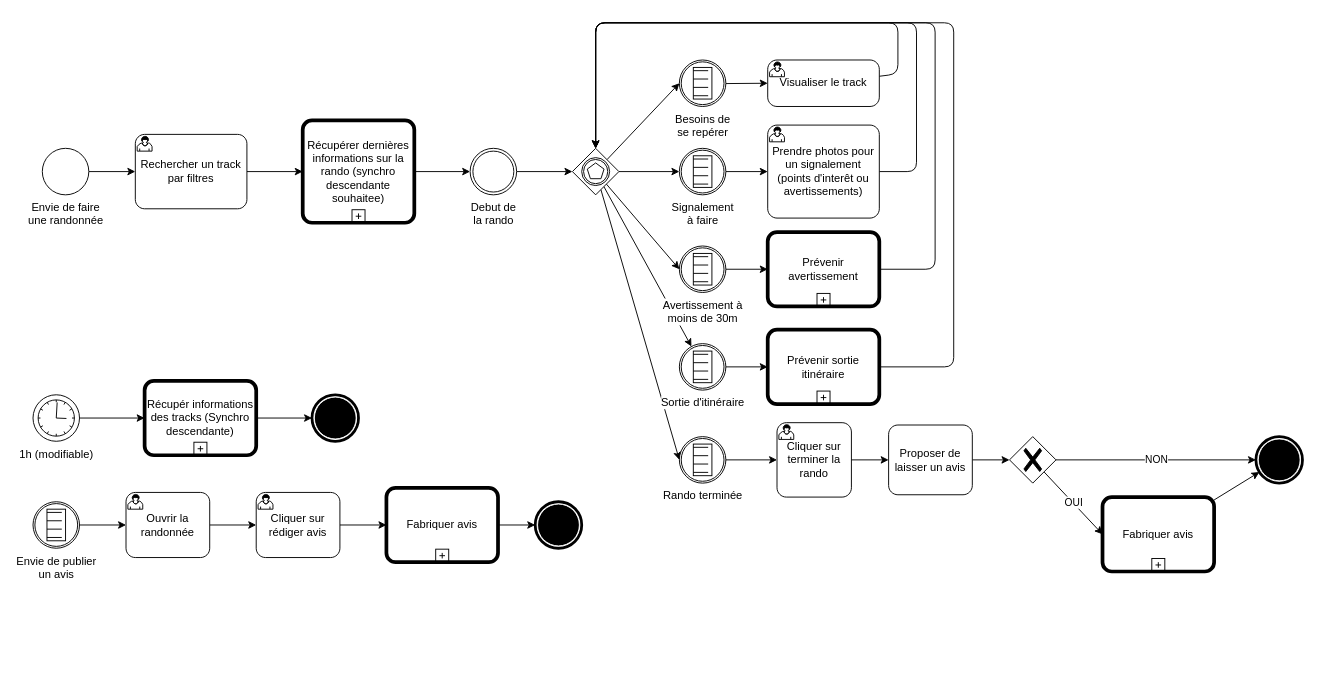
This is Documentation/BPMN/BPMN-Global.drawio from projetDansLaMontagne/Valpineta, a draw.io file, before an edit. Source tidied: cells renumbered, new cells numbered last; positions are measured from the earlier drawing's top-left corner, leaving out a move shared by most shapes. Both pictures are drawn from the tidied source at 93%, with x=0, y=0 at pixel (33, 22).
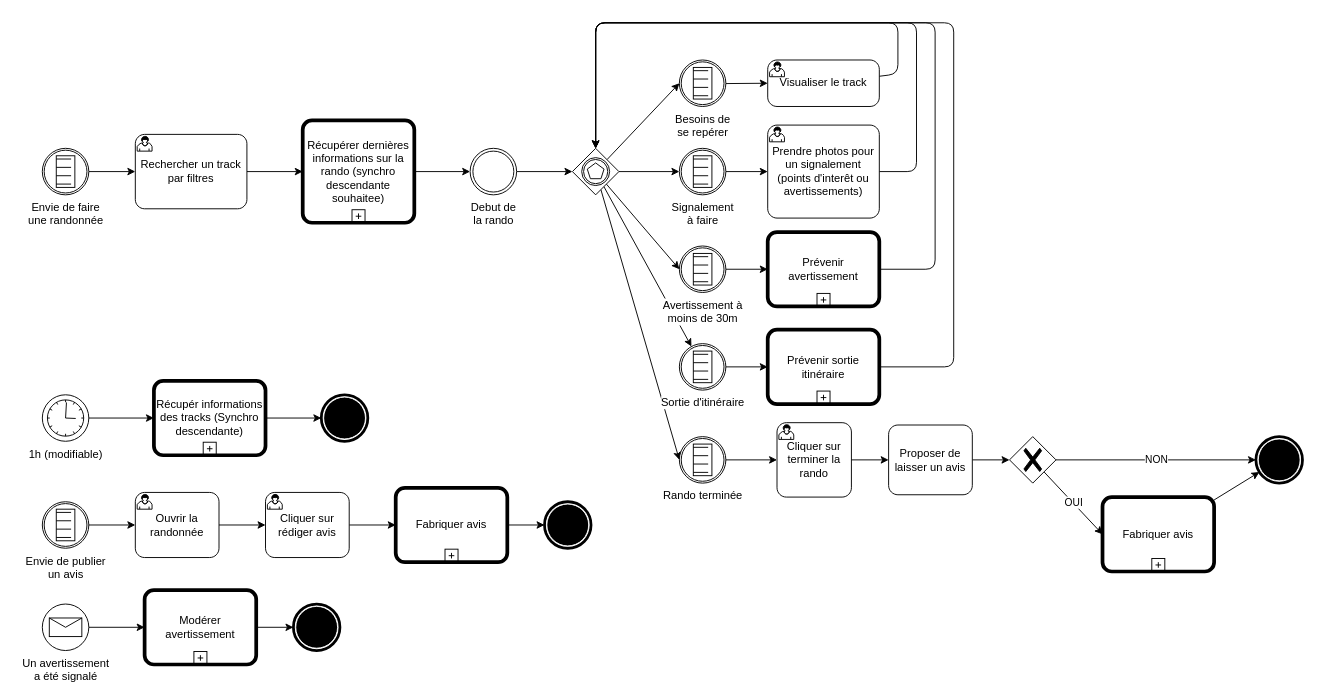
After the change.

Commit message (it also covers changes not shown here):
Ajout de la modération dans le fichier global

The change refers to these unchanged cells:
```xml
<mxCell id="5" value="Rechercher un track par filtres" style="points=[[0.25,0,0],[0.5,0,0],[0.75,0,0],[1,0.25,0],[1,0.5,0],[1,0.75,0],[0.75,1,0],[0.5,1,0],[0.25,1,0],[0,0.75,0],[0,0.5,0],[0,0.25,0]];shape=mxgraph.bpmn.task;whiteSpace=wrap;rectStyle=rounded;size=10;html=1;taskMarker=user;" parent="1" vertex="1">
  <mxGeometry x="110" y="120" width="120" height="80" as="geometry" />
</mxCell>
```

The edit, as a diff of the source:
```diff
@@
-    <mxCell id="2" style="edgeStyle=none;html=1;" parent="1" edge="1" source="3" target="5">
-      <mxGeometry relative="1" as="geometry" />
-    </mxCell>
-    <mxCell id="3" value="Envie de faire&lt;br&gt;une randonnée" style="points=[[0.145,0.145,0],[0.5,0,0],[0.855,0.145,0],[1,0.5,0],[0.855,0.855,0],[0.5,1,0],[0.145,0.855,0],[0,0.5,0]];shape=mxgraph.bpmn.event;html=1;verticalLabelPosition=bottom;labelBackgroundColor=#ffffff;verticalAlign=top;align=center;perimeter=ellipsePerimeter;outlineConnect=0;outline=standard;symbol=general;" parent="1" vertex="1">
-      <mxGeometry x="10" y="135" width="50" height="50" as="geometry" />
-    </mxCell>
@@
     <mxCell id="21" value="1h (modifiable)" style="points=[[0.145,0.145,0],[0.5,0,0],[0.855,0.145,0],[1,0.5,0],[0.855,0.855,0],[0.5,1,0],[0.145,0.855,0],[0,0.5,0]];shape=mxgraph.bpmn.event;html=1;verticalLabelPosition=bottom;labelBackgroundColor=#ffffff;verticalAlign=top;align=center;perimeter=ellipsePerimeter;outlineConnect=0;outline=standard;symbol=timer;" parent="1" vertex="1">
-      <mxGeometry y="400" width="50" height="50" as="geometry" />
+      <mxGeometry x="10" y="400" width="50" height="50" as="geometry" />
     </mxCell>
@@
     <mxCell id="23" value="Récupér informations des tracks (Synchro descendante)" style="points=[[0.25,0,0],[0.5,0,0],[0.75,0,0],[1,0.25,0],[1,0.5,0],[1,0.75,0],[0.75,1,0],[0.5,1,0],[0.25,1,0],[0,0.75,0],[0,0.5,0],[0,0.25,0]];shape=mxgraph.bpmn.task;whiteSpace=wrap;rectStyle=rounded;size=10;html=1;bpmnShapeType=call;isLoopSub=1;" parent="1" vertex="1">
-      <mxGeometry x="120" y="385" width="120" height="80" as="geometry" />
+      <mxGeometry x="130" y="385" width="120" height="80" as="geometry" />
     </mxCell>
     <mxCell id="24" style="points=[[0.145,0.145,0],[0.5,0,0],[0.855,0.145,0],[1,0.5,0],[0.855,0.855,0],[0.5,1,0],[0.145,0.855,0],[0,0.5,0]];shape=mxgraph.bpmn.event;html=1;verticalLabelPosition=bottom;labelBackgroundColor=#ffffff;verticalAlign=top;align=center;perimeter=ellipsePerimeter;outlineConnect=0;outline=end;symbol=terminate;" parent="1" vertex="1">
-      <mxGeometry x="300" y="400" width="50" height="50" as="geometry" />
+      <mxGeometry x="310" y="400" width="50" height="50" as="geometry" />
     </mxCell>
@@
     <mxCell id="50" value="Cliquer sur rédiger avis" style="points=[[0.25,0,0],[0.5,0,0],[0.75,0,0],[1,0.25,0],[1,0.5,0],[1,0.75,0],[0.75,1,0],[0.5,1,0],[0.25,1,0],[0,0.75,0],[0,0.5,0],[0,0.25,0]];shape=mxgraph.bpmn.task;whiteSpace=wrap;rectStyle=rounded;size=10;html=1;taskMarker=user;" parent="1" vertex="1">
-      <mxGeometry x="240" y="505" width="90" height="70" as="geometry" />
+      <mxGeometry x="250" y="505" width="90" height="70" as="geometry" />
     </mxCell>
@@
     <mxCell id="52" value="Ouvrir la randonnée" style="points=[[0.25,0,0],[0.5,0,0],[0.75,0,0],[1,0.25,0],[1,0.5,0],[1,0.75,0],[0.75,1,0],[0.5,1,0],[0.25,1,0],[0,0.75,0],[0,0.5,0],[0,0.25,0]];shape=mxgraph.bpmn.task;whiteSpace=wrap;rectStyle=rounded;size=10;html=1;taskMarker=user;" parent="1" vertex="1">
-      <mxGeometry x="100" y="505" width="90" height="70" as="geometry" />
+      <mxGeometry x="110" y="505" width="90" height="70" as="geometry" />
     </mxCell>
@@
     <mxCell id="54" value="Envie de publier&lt;br style=&quot;border-color: var(--border-color);&quot;&gt;un avis" style="points=[[0.145,0.145,0],[0.5,0,0],[0.855,0.145,0],[1,0.5,0],[0.855,0.855,0],[0.5,1,0],[0.145,0.855,0],[0,0.5,0]];shape=mxgraph.bpmn.event;html=1;verticalLabelPosition=bottom;labelBackgroundColor=#ffffff;verticalAlign=top;align=center;perimeter=ellipsePerimeter;outlineConnect=0;outline=catching;symbol=conditional;" parent="1" vertex="1">
-      <mxGeometry y="515" width="50" height="50" as="geometry" />
+      <mxGeometry x="10" y="515" width="50" height="50" as="geometry" />
     </mxCell>
@@
     <mxCell id="56" value="Fabriquer avis" style="points=[[0.25,0,0],[0.5,0,0],[0.75,0,0],[1,0.25,0],[1,0.5,0],[1,0.75,0],[0.75,1,0],[0.5,1,0],[0.25,1,0],[0,0.75,0],[0,0.5,0],[0,0.25,0]];shape=mxgraph.bpmn.task;whiteSpace=wrap;rectStyle=rounded;size=10;html=1;bpmnShapeType=call;isLoopSub=1;" parent="1" vertex="1">
-      <mxGeometry x="380" y="500" width="120" height="80" as="geometry" />
+      <mxGeometry x="390" y="500" width="120" height="80" as="geometry" />
     </mxCell>
     <mxCell id="57" style="points=[[0.145,0.145,0],[0.5,0,0],[0.855,0.145,0],[1,0.5,0],[0.855,0.855,0],[0.5,1,0],[0.145,0.855,0],[0,0.5,0]];shape=mxgraph.bpmn.event;html=1;verticalLabelPosition=bottom;labelBackgroundColor=#ffffff;verticalAlign=top;align=center;perimeter=ellipsePerimeter;outlineConnect=0;outline=end;symbol=terminate;" parent="1" vertex="1">
-      <mxGeometry x="540" y="515" width="50" height="50" as="geometry" />
+      <mxGeometry x="550" y="515" width="50" height="50" as="geometry" />
     </mxCell>
+    <mxCell id="58" style="edgeStyle=none;html=1;" parent="1" edge="1" source="59" target="61">
+      <mxGeometry relative="1" as="geometry" />
+    </mxCell>
+    <mxCell id="59" value="Un avertissement &lt;br&gt;a été signalé" style="points=[[0.145,0.145,0],[0.5,0,0],[0.855,0.145,0],[1,0.5,0],[0.855,0.855,0],[0.5,1,0],[0.145,0.855,0],[0,0.5,0]];shape=mxgraph.bpmn.event;html=1;verticalLabelPosition=bottom;labelBackgroundColor=#ffffff;verticalAlign=top;align=center;perimeter=ellipsePerimeter;outlineConnect=0;outline=standard;symbol=message;" parent="1" vertex="1">
+      <mxGeometry x="10" y="625" width="50" height="50" as="geometry" />
+    </mxCell>
+    <mxCell id="60" style="edgeStyle=none;html=1;" parent="1" edge="1" source="61" target="62">
+      <mxGeometry relative="1" as="geometry" />
+    </mxCell>
+    <mxCell id="61" value="Modérer avertissement" style="points=[[0.25,0,0],[0.5,0,0],[0.75,0,0],[1,0.25,0],[1,0.5,0],[1,0.75,0],[0.75,1,0],[0.5,1,0],[0.25,1,0],[0,0.75,0],[0,0.5,0],[0,0.25,0]];shape=mxgraph.bpmn.task;whiteSpace=wrap;rectStyle=rounded;size=10;html=1;bpmnShapeType=call;isLoopSub=1;" parent="1" vertex="1">
+      <mxGeometry x="120" y="610" width="120" height="80" as="geometry" />
+    </mxCell>
+    <mxCell id="62" style="points=[[0.145,0.145,0],[0.5,0,0],[0.855,0.145,0],[1,0.5,0],[0.855,0.855,0],[0.5,1,0],[0.145,0.855,0],[0,0.5,0]];shape=mxgraph.bpmn.event;html=1;verticalLabelPosition=bottom;labelBackgroundColor=#ffffff;verticalAlign=top;align=center;perimeter=ellipsePerimeter;outlineConnect=0;outline=end;symbol=terminate;" parent="1" vertex="1">
+      <mxGeometry x="280" y="625" width="50" height="50" as="geometry" />
+    </mxCell>
+    <mxCell id="2" style="edgeStyle=none;html=1;" parent="1" edge="1" source="3" target="5">
+      <mxGeometry relative="1" as="geometry" />
+    </mxCell>
+    <mxCell id="3" value="Envie de faire&lt;br style=&quot;border-color: var(--border-color);&quot;&gt;une randonnée" style="points=[[0.145,0.145,0],[0.5,0,0],[0.855,0.145,0],[1,0.5,0],[0.855,0.855,0],[0.5,1,0],[0.145,0.855,0],[0,0.5,0]];shape=mxgraph.bpmn.event;html=1;verticalLabelPosition=bottom;labelBackgroundColor=#ffffff;verticalAlign=top;align=center;perimeter=ellipsePerimeter;outlineConnect=0;outline=catching;symbol=conditional;" parent="1" vertex="1">
+      <mxGeometry x="10" y="135" width="50" height="50" as="geometry" />
+    </mxCell>
```
